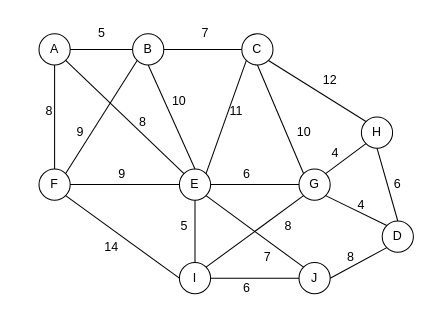
Earlier version of the draw.io diagram test-pdf/table.drawio (Vi-Nhien/Project). Source tidied: cells renumbered, new cells numbered last; positions are measured from the earlier drawing's top-left corner, leaving out a move shared by most shapes. Both pictures are drawn from the tidied source at 104%, with x=0, y=0 at pixel (18, 18).
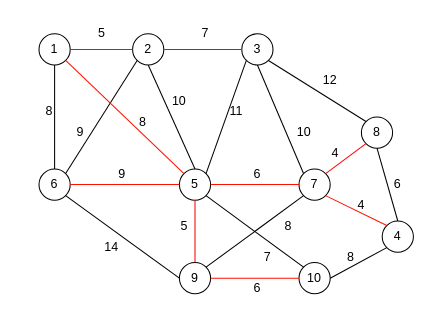
The same page after the edit.

Change to the diagram source:
```diff
@@
-    <mxCell id="2" value="A" style="ellipse;whiteSpace=wrap;html=1;" parent="1" vertex="1">
+    <mxCell id="2" value="1" style="ellipse;whiteSpace=wrap;html=1;" parent="1" vertex="1">
       <mxGeometry x="20" y="15" width="30" height="30" as="geometry" />
     </mxCell>
-    <mxCell id="3" value="F" style="ellipse;whiteSpace=wrap;html=1;" parent="1" vertex="1">
+    <mxCell id="3" value="6" style="ellipse;whiteSpace=wrap;html=1;" parent="1" vertex="1">
       <mxGeometry x="20" y="145" width="30" height="30" as="geometry" />
     </mxCell>
-    <mxCell id="4" value="I" style="ellipse;whiteSpace=wrap;html=1;" parent="1" vertex="1">
+    <mxCell id="4" value="9" style="ellipse;whiteSpace=wrap;html=1;" parent="1" vertex="1">
       <mxGeometry x="155" y="235" width="30" height="30" as="geometry" />
     </mxCell>
-    <mxCell id="5" value="E" style="ellipse;whiteSpace=wrap;html=1;" parent="1" vertex="1">
+    <mxCell id="5" value="5" style="ellipse;whiteSpace=wrap;html=1;" parent="1" vertex="1">
       <mxGeometry x="155" y="145" width="30" height="30" as="geometry" />
     </mxCell>
-    <mxCell id="6" value="H" style="ellipse;whiteSpace=wrap;html=1;" parent="1" vertex="1">
+    <mxCell id="6" value="8" style="ellipse;whiteSpace=wrap;html=1;" parent="1" vertex="1">
       <mxGeometry x="330" y="95" width="30" height="30" as="geometry" />
     </mxCell>
-    <mxCell id="7" value="G" style="ellipse;whiteSpace=wrap;html=1;" parent="1" vertex="1">
+    <mxCell id="7" value="7" style="ellipse;whiteSpace=wrap;html=1;" parent="1" vertex="1">
       <mxGeometry x="270" y="145" width="30" height="30" as="geometry" />
     </mxCell>
-    <mxCell id="8" value="D" style="ellipse;whiteSpace=wrap;html=1;" parent="1" vertex="1">
+    <mxCell id="8" value="4" style="ellipse;whiteSpace=wrap;html=1;" parent="1" vertex="1">
       <mxGeometry x="350" y="195" width="30" height="30" as="geometry" />
     </mxCell>
-    <mxCell id="9" value="B" style="ellipse;whiteSpace=wrap;html=1;" parent="1" vertex="1">
+    <mxCell id="9" value="2" style="ellipse;whiteSpace=wrap;html=1;" parent="1" vertex="1">
       <mxGeometry x="110" y="15" width="30" height="30" as="geometry" />
     </mxCell>
-    <mxCell id="10" value="J" style="ellipse;whiteSpace=wrap;html=1;" parent="1" vertex="1">
+    <mxCell id="10" value="10" style="ellipse;whiteSpace=wrap;html=1;" parent="1" vertex="1">
       <mxGeometry x="270" y="235" width="30" height="30" as="geometry" />
     </mxCell>
-    <mxCell id="11" value="C" style="ellipse;whiteSpace=wrap;html=1;" parent="1" vertex="1">
+    <mxCell id="11" value="3" style="ellipse;whiteSpace=wrap;html=1;" parent="1" vertex="1">
       <mxGeometry x="215" y="15" width="30" height="30" as="geometry" />
     </mxCell>
-    <mxCell id="12" style="endArrow=none;html=1;rounded=0;entryX=0;entryY=0.5;entryDx=0;entryDy=0;exitX=1;exitY=0.5;exitDx=0;exitDy=0;" parent="1" edge="1" source="4" target="10">
+    <mxCell id="12" style="endArrow=none;html=1;rounded=0;entryX=0;entryY=0.5;entryDx=0;entryDy=0;exitX=1;exitY=0.5;exitDx=0;exitDy=0;strokeColor=#FF1100;" parent="1" edge="1" source="4" target="10">
       <mxGeometry relative="1" as="geometry" />
     </mxCell>
-    <mxCell id="13" style="endArrow=none;html=1;rounded=0;entryX=0.5;entryY=1;entryDx=0;entryDy=0;exitX=0.5;exitY=0;exitDx=0;exitDy=0;" parent="1" edge="1" source="4" target="5">
+    <mxCell id="13" style="endArrow=none;html=1;rounded=0;entryX=0.5;entryY=1;entryDx=0;entryDy=0;exitX=0.5;exitY=0;exitDx=0;exitDy=0;strokeColor=#FF0000;" parent="1" edge="1" source="4" target="5">
       <mxGeometry relative="1" as="geometry" />
     </mxCell>
-    <mxCell id="14" style="endArrow=none;html=1;rounded=0;entryX=0;entryY=0.5;entryDx=0;entryDy=0;exitX=1;exitY=0.5;exitDx=0;exitDy=0;" parent="1" edge="1" source="5" target="7">
+    <mxCell id="14" style="endArrow=none;html=1;rounded=0;entryX=0;entryY=0.5;entryDx=0;entryDy=0;exitX=1;exitY=0.5;exitDx=0;exitDy=0;strokeColor=#FF1100;" parent="1" edge="1" source="5" target="7">
       <mxGeometry relative="1" as="geometry" />
     </mxCell>
-    <mxCell id="15" style="endArrow=none;html=1;rounded=0;entryX=0;entryY=0.5;entryDx=0;entryDy=0;exitX=1;exitY=0.5;exitDx=0;exitDy=0;" parent="1" edge="1" source="3" target="5">
+    <mxCell id="15" style="endArrow=none;html=1;rounded=0;entryX=0;entryY=0.5;entryDx=0;entryDy=0;exitX=1;exitY=0.5;exitDx=0;exitDy=0;strokeColor=#FF1100;" parent="1" edge="1" source="3" target="5">
       <mxGeometry relative="1" as="geometry" />
     </mxCell>
-    <mxCell id="16" style="endArrow=none;html=1;rounded=0;entryX=0;entryY=1;entryDx=0;entryDy=0;exitX=1;exitY=0;exitDx=0;exitDy=0;" parent="1" edge="1" source="7" target="6">
+    <mxCell id="16" style="endArrow=none;html=1;rounded=0;entryX=0;entryY=1;entryDx=0;entryDy=0;exitX=1;exitY=0;exitDx=0;exitDy=0;strokeColor=#FF0000;" parent="1" edge="1" source="7" target="6">
       <mxGeometry relative="1" as="geometry" />
     </mxCell>
-    <mxCell id="17" style="endArrow=none;html=1;rounded=0;exitX=0;exitY=0.5;exitDx=0;exitDy=0;" parent="1" edge="1" source="11" target="9">
+    <mxCell id="17" style="endArrow=none;html=1;rounded=0;exitX=0;exitY=0.5;exitDx=0;exitDy=0;fillColor=#FF0808;strokeColor=#FF0000;" parent="1" edge="1" source="11" target="9">
       <mxGeometry relative="1" as="geometry" />
     </mxCell>
-    <mxCell id="18" style="endArrow=none;html=1;rounded=0;entryX=1;entryY=0.5;entryDx=0;entryDy=0;exitX=0;exitY=0.5;exitDx=0;exitDy=0;" parent="1" edge="1" source="9" target="2">
+    <mxCell id="18" style="endArrow=none;html=1;rounded=0;entryX=1;entryY=0.5;entryDx=0;entryDy=0;exitX=0;exitY=0.5;exitDx=0;exitDy=0;fillColor=#FF2200;strokeColor=#FF0800;" parent="1" edge="1" source="9" target="2">
       <mxGeometry relative="1" as="geometry" />
     </mxCell>
@@
-    <mxCell id="24" style="endArrow=none;html=1;rounded=0;entryX=1;entryY=1;entryDx=0;entryDy=0;exitX=0;exitY=0;exitDx=0;exitDy=0;" parent="1" edge="1" source="5" target="2">
+    <mxCell id="24" style="endArrow=none;html=1;rounded=0;entryX=1;entryY=1;entryDx=0;entryDy=0;exitX=0;exitY=0;exitDx=0;exitDy=0;strokeColor=#FF1100;" parent="1" edge="1" source="5" target="2">
       <mxGeometry relative="1" as="geometry" />
     </mxCell>
-    <mxCell id="25" style="endArrow=none;html=1;rounded=0;entryX=0;entryY=0;entryDx=0;entryDy=0;exitX=1;exitY=1;exitDx=0;exitDy=0;" parent="1" edge="1" source="7" target="8">
+    <mxCell id="25" style="endArrow=none;html=1;rounded=0;entryX=0;entryY=0;entryDx=0;entryDy=0;exitX=1;exitY=1;exitDx=0;exitDy=0;strokeColor=#FF1100;" parent="1" edge="1" source="7" target="8">
       <mxGeometry relative="1" as="geometry" />
     </mxCell>
@@
     <mxCell id="32" value="6" style="text;html=1;strokeColor=none;fillColor=none;align=center;verticalAlign=middle;whiteSpace=wrap;rounded=0;" parent="1" vertex="1">
-      <mxGeometry x="190" y="245" width="60" height="30" as="geometry" />
+      <mxGeometry x="200" y="245" width="60" height="30" as="geometry" />
     </mxCell>
@@
     <mxCell id="39" value="6" style="text;html=1;strokeColor=none;fillColor=none;align=center;verticalAlign=middle;whiteSpace=wrap;rounded=0;" parent="1" vertex="1">
-      <mxGeometry x="190" y="135" width="60" height="30" as="geometry" />
+      <mxGeometry x="200" y="140" width="60" height="20" as="geometry" />
     </mxCell>
@@
     <mxCell id="45" value="4" style="text;html=1;strokeColor=none;fillColor=none;align=center;verticalAlign=middle;whiteSpace=wrap;rounded=0;" parent="1" vertex="1">
-      <mxGeometry x="275" y="115" width="60" height="30" as="geometry" />
+      <mxGeometry x="275" y="120" width="60" height="20" as="geometry" />
     </mxCell>
@@
     <mxCell id="49" value="7" style="text;html=1;strokeColor=none;fillColor=none;align=center;verticalAlign=middle;whiteSpace=wrap;rounded=0;" parent="1" vertex="1">
-      <mxGeometry x="150" width="60" height="30" as="geometry" />
+      <mxGeometry x="150" y="5" width="60" height="20" as="geometry" />
     </mxCell>
```
